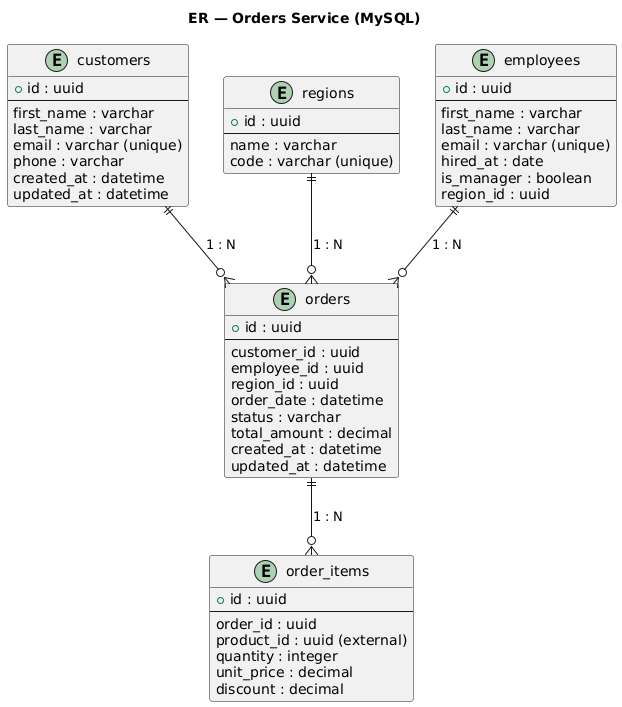
kshchuk/uni keeps this PlantUML diagram as 9-sem/Info/docs/images/Orders_ER.png. Above is the earlier version.
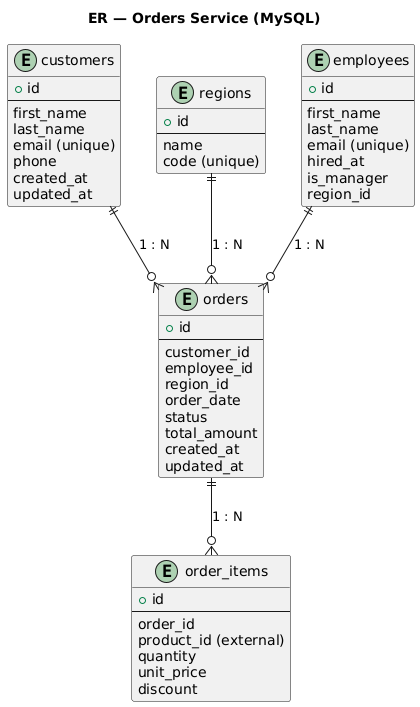
The same diagram one commit later.

What changed in the source:
```diff
@@ -2,55 +2,55 @@
 title ER — Orders Service (MySQL)
 
 entity "customers" as C {
-  + id : uuid
+  + id
   --
-  first_name : varchar
-  last_name : varchar
-  email : varchar (unique)
-  phone : varchar
-  created_at : datetime
-  updated_at : datetime
+  first_name
+  last_name
+  email (unique)
+  phone
+  created_at
+  updated_at
 }
 
 entity "regions" as RG {
-  + id : uuid
+  + id
   --
-  name : varchar
-  code : varchar (unique)
+  name
+  code (unique)
 }
 
 entity "employees" as E {
-  + id : uuid
+  + id
   --
-  first_name : varchar
-  last_name : varchar
-  email : varchar (unique)
-  hired_at : date
-  is_manager : boolean
-  region_id : uuid
+  first_name
+  last_name
+  email (unique)
+  hired_at
+  is_manager
+  region_id
 }
 
 entity "orders" as O {
-  + id : uuid
+  + id
   --
-  customer_id : uuid
-  employee_id : uuid
-  region_id : uuid
-  order_date : datetime
-  status : varchar
-  total_amount : decimal
-  created_at : datetime
-  updated_at : datetime
+  customer_id
+  employee_id
+  region_id
+  order_date
+  status
+  total_amount
+  created_at
+  updated_at
 }
 
 entity "order_items" as OI {
-  + id : uuid
+  + id
   --
-  order_id : uuid
-  product_id : uuid (external)
-  quantity : integer
-  unit_price : decimal
-  discount : decimal
+  order_id
+  product_id (external)
+  quantity
+  unit_price
+  discount
 }
 
 C  ||--o{ O  : "1 : N"
```
